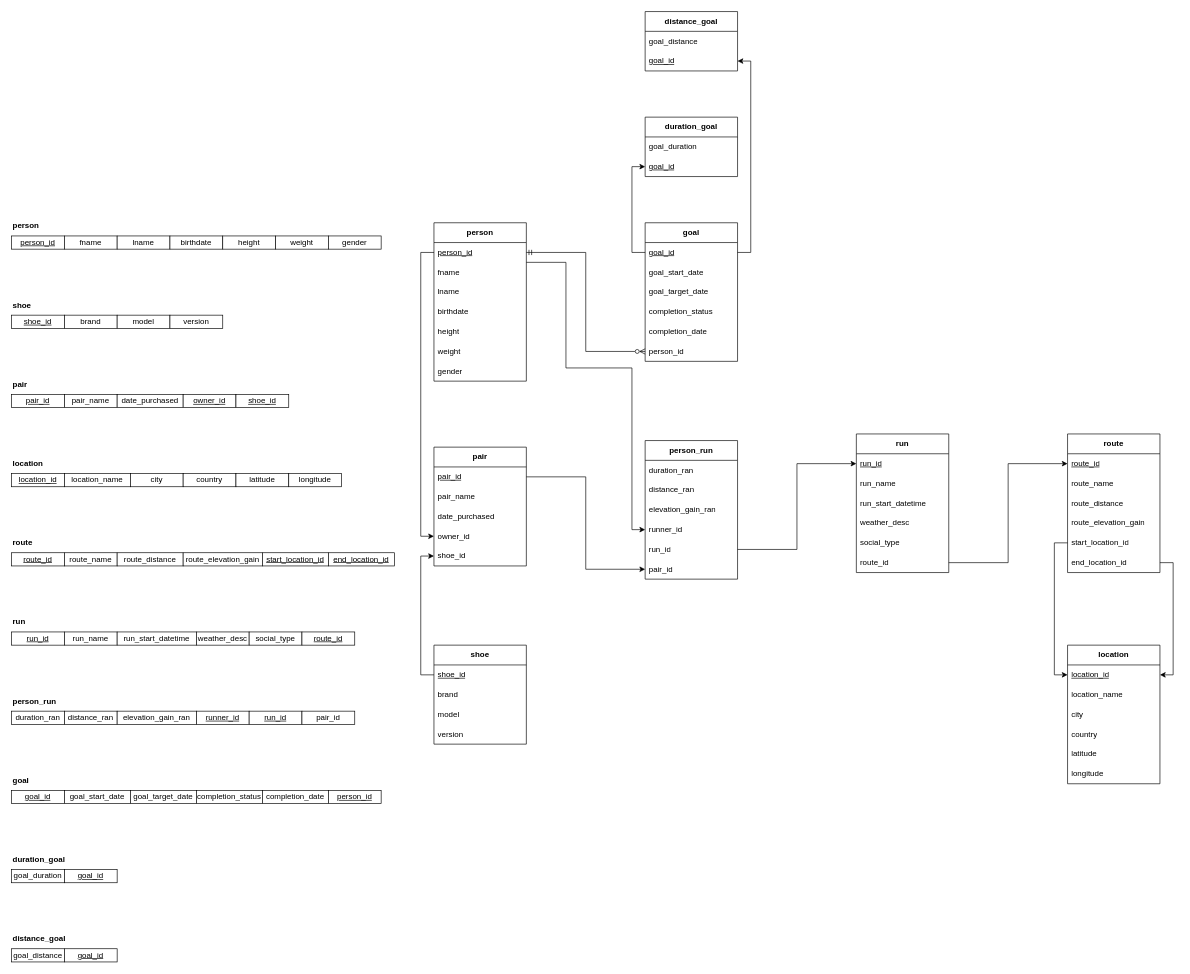
Earlier version of the draw.io diagram conceptual-schema/relational-data-model.drawio (wongd1532/MyRunLogger). Source tidied: cells renumbered, new cells numbered last; positions are measured from the earlier drawing's top-left corner, leaving out a move shared by most shapes. Both pictures are drawn from the tidied source at 66%, with x=0, y=0 at pixel (11, 11).
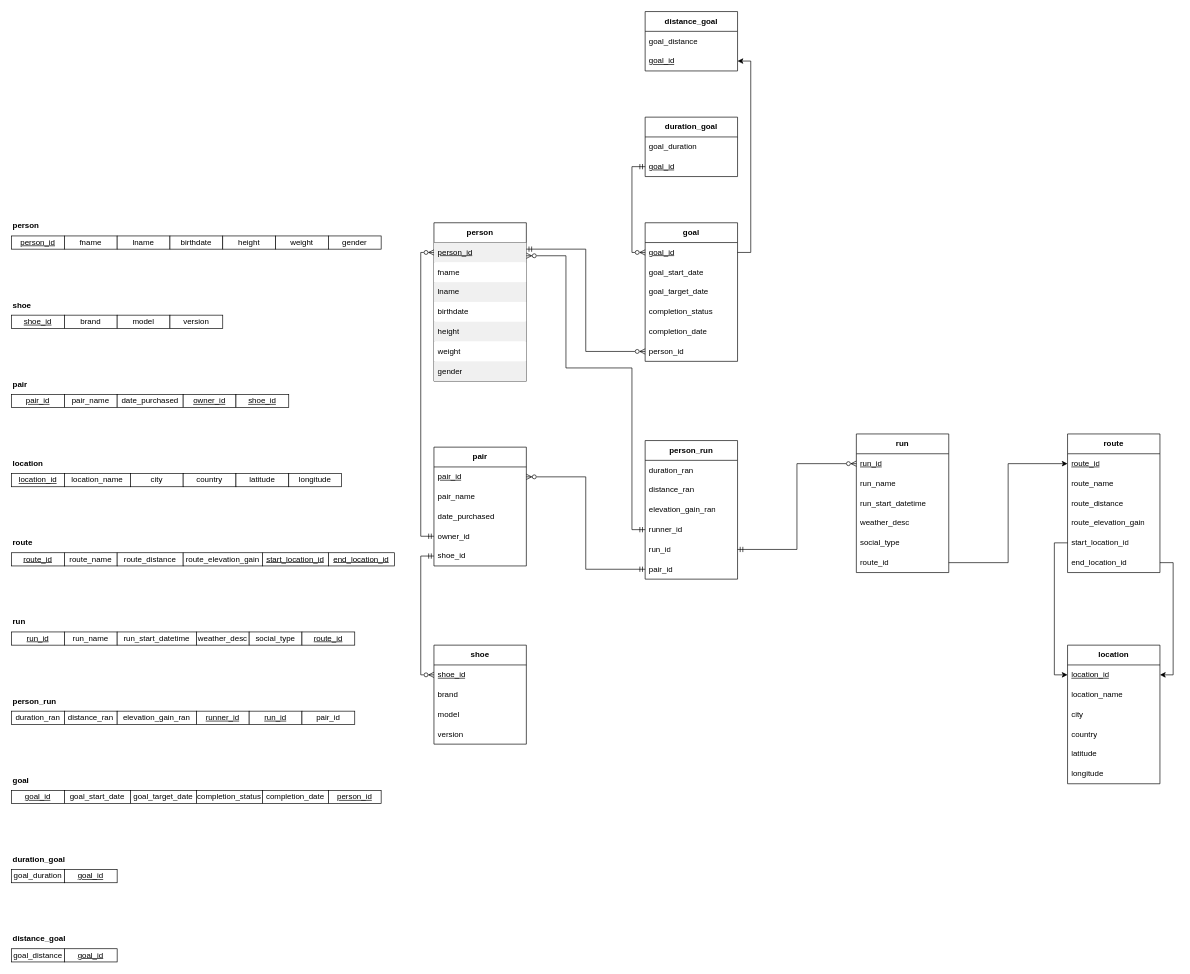
After the change.

Commit message:
relational data model progression

The change refers to these unchanged cells:
```xml
<mxCell id="62" value="&lt;b&gt;person&lt;/b&gt;" style="swimlane;fontStyle=0;horizontal=1;startSize=30;whiteSpace=wrap;html=1;" parent="1" vertex="1">
  <mxGeometry x="640" y="320" width="140" height="240" as="geometry" />
</mxCell>
<mxCell id="71" value="shoe_id" style="text;strokeColor=none;fillColor=none;align=left;verticalAlign=middle;spacingLeft=4;spacingRight=4;overflow=hidden;points=[[0,0.5],[1,0.5]];portConstraint=eastwest;whiteSpace=wrap;html=1;fontStyle=4;" parent="70" vertex="1">
  <mxGeometry y="30" width="140" height="30" as="geometry" />
</mxCell>
<mxCell id="76" value="pair_id" style="text;strokeColor=none;fillColor=none;align=left;verticalAlign=middle;spacingLeft=4;spacingRight=4;overflow=hidden;points=[[0,0.5],[1,0.5]];portConstraint=eastwest;whiteSpace=wrap;html=1;fontStyle=4;" parent="75" vertex="1">
  <mxGeometry y="30" width="140" height="30" as="geometry" />
</mxCell>
<mxCell id="79" value="owner_id" style="text;strokeColor=none;fillColor=none;align=left;verticalAlign=middle;spacingLeft=4;spacingRight=4;overflow=hidden;points=[[0,0.5],[1,0.5]];portConstraint=eastwest;whiteSpace=wrap;html=1;" parent="75" vertex="1">
  <mxGeometry y="120" width="140" height="30" as="geometry" />
</mxCell>
<mxCell id="80" value="shoe_id" style="text;strokeColor=none;fillColor=none;align=left;verticalAlign=middle;spacingLeft=4;spacingRight=4;overflow=hidden;points=[[0,0.5],[1,0.5]];portConstraint=eastwest;whiteSpace=wrap;html=1;" parent="75" vertex="1">
  <mxGeometry y="150" width="140" height="30" as="geometry" />
</mxCell>
<mxCell id="96" value="run_id" style="text;strokeColor=none;fillColor=none;align=left;verticalAlign=middle;spacingLeft=4;spacingRight=4;overflow=hidden;points=[[0,0.5],[1,0.5]];portConstraint=eastwest;whiteSpace=wrap;html=1;fontStyle=4;" parent="95" vertex="1">
  <mxGeometry y="30" width="140" height="30" as="geometry" />
</mxCell>
<mxCell id="106" value="runner_id" style="text;strokeColor=none;fillColor=none;align=left;verticalAlign=middle;spacingLeft=4;spacingRight=4;overflow=hidden;points=[[0,0.5],[1,0.5]];portConstraint=eastwest;whiteSpace=wrap;html=1;" parent="102" vertex="1">
  <mxGeometry y="120" width="140" height="30" as="geometry" />
</mxCell>
<mxCell id="107" value="run_id" style="text;strokeColor=none;fillColor=none;align=left;verticalAlign=middle;spacingLeft=4;spacingRight=4;overflow=hidden;points=[[0,0.5],[1,0.5]];portConstraint=eastwest;whiteSpace=wrap;html=1;" parent="102" vertex="1">
  <mxGeometry y="150" width="140" height="30" as="geometry" />
</mxCell>
<mxCell id="108" value="pair_id" style="text;strokeColor=none;fillColor=none;align=left;verticalAlign=middle;spacingLeft=4;spacingRight=4;overflow=hidden;points=[[0,0.5],[1,0.5]];portConstraint=eastwest;whiteSpace=wrap;html=1;" parent="102" vertex="1">
  <mxGeometry y="180" width="140" height="30" as="geometry" />
</mxCell>
<mxCell id="110" value="goal_id" style="text;strokeColor=none;fillColor=none;align=left;verticalAlign=middle;spacingLeft=4;spacingRight=4;overflow=hidden;points=[[0,0.5],[1,0.5]];portConstraint=eastwest;whiteSpace=wrap;html=1;fontStyle=4;" parent="109" vertex="1">
  <mxGeometry y="30" width="140" height="30" as="geometry" />
</mxCell>
<mxCell id="115" value="person_id" style="text;strokeColor=none;fillColor=none;align=left;verticalAlign=middle;spacingLeft=4;spacingRight=4;overflow=hidden;points=[[0,0.5],[1,0.5]];portConstraint=eastwest;whiteSpace=wrap;html=1;" parent="109" vertex="1">
  <mxGeometry y="180" width="140" height="30" as="geometry" />
</mxCell>
<mxCell id="118" value="goal_id" style="text;strokeColor=none;fillColor=none;align=left;verticalAlign=middle;spacingLeft=4;spacingRight=4;overflow=hidden;points=[[0,0.5],[1,0.5]];portConstraint=eastwest;whiteSpace=wrap;html=1;fontStyle=4;" parent="116" vertex="1">
  <mxGeometry y="60" width="140" height="30" as="geometry" />
</mxCell>
```

Change to the diagram source:
```diff
@@
-    <mxCell id="63" value="person_id" style="text;strokeColor=none;fillColor=none;align=left;verticalAlign=middle;spacingLeft=4;spacingRight=4;overflow=hidden;points=[[0,0.5],[1,0.5]];portConstraint=eastwest;whiteSpace=wrap;html=1;fontStyle=4;" parent="62" vertex="1">
+    <mxCell id="63" value="person_id" style="text;strokeColor=none;fillColor=#f0f0f0;align=left;verticalAlign=middle;spacingLeft=4;spacingRight=4;overflow=hidden;points=[[0,0.5],[1,0.5]];portConstraint=eastwest;whiteSpace=wrap;html=1;fontStyle=4;fillStyle=auto;" parent="62" vertex="1">
       <mxGeometry y="30" width="140" height="30" as="geometry" />
     </mxCell>
-    <mxCell id="64" value="fname" style="text;strokeColor=none;fillColor=none;align=left;verticalAlign=middle;spacingLeft=4;spacingRight=4;overflow=hidden;whiteSpace=wrap;html=1;" parent="62" vertex="1">
+    <mxCell id="64" value="fname" style="text;align=left;verticalAlign=middle;spacingLeft=4;spacingRight=4;overflow=hidden;whiteSpace=wrap;html=1;fillColor=#FFFFFF;" parent="62" vertex="1">
       <mxGeometry y="60" width="140" height="30" as="geometry" />
     </mxCell>
-    <mxCell id="65" value="lname" style="text;strokeColor=none;fillColor=none;align=left;verticalAlign=middle;spacingLeft=4;spacingRight=4;overflow=hidden;whiteSpace=wrap;html=1;" parent="62" vertex="1">
+    <mxCell id="65" value="lname" style="text;strokeColor=none;fillColor=#f0f0f0;align=left;verticalAlign=middle;spacingLeft=4;spacingRight=4;overflow=hidden;whiteSpace=wrap;html=1;" parent="62" vertex="1">
       <mxGeometry y="90" width="140" height="30" as="geometry" />
     </mxCell>
-    <mxCell id="66" value="birthdate" style="text;strokeColor=none;fillColor=none;align=left;verticalAlign=middle;spacingLeft=4;spacingRight=4;overflow=hidden;whiteSpace=wrap;html=1;" parent="62" vertex="1">
+    <mxCell id="66" value="birthdate" style="text;align=left;verticalAlign=middle;spacingLeft=4;spacingRight=4;overflow=hidden;whiteSpace=wrap;html=1;fillColor=#FFFFFF;" parent="62" vertex="1">
       <mxGeometry y="120" width="140" height="30" as="geometry" />
     </mxCell>
-    <mxCell id="67" value="height" style="text;strokeColor=none;fillColor=none;align=left;verticalAlign=middle;spacingLeft=4;spacingRight=4;overflow=hidden;whiteSpace=wrap;html=1;" parent="62" vertex="1">
+    <mxCell id="67" value="height" style="text;strokeColor=none;fillColor=#f0f0f0;align=left;verticalAlign=middle;spacingLeft=4;spacingRight=4;overflow=hidden;whiteSpace=wrap;html=1;" parent="62" vertex="1">
       <mxGeometry y="150" width="140" height="30" as="geometry" />
     </mxCell>
-    <mxCell id="68" value="weight" style="text;strokeColor=none;fillColor=none;align=left;verticalAlign=middle;spacingLeft=4;spacingRight=4;overflow=hidden;whiteSpace=wrap;html=1;" parent="62" vertex="1">
+    <mxCell id="68" value="weight" style="text;align=left;verticalAlign=middle;spacingLeft=4;spacingRight=4;overflow=hidden;whiteSpace=wrap;html=1;fillColor=#FFFFFF;" parent="62" vertex="1">
       <mxGeometry y="180" width="140" height="30" as="geometry" />
     </mxCell>
-    <mxCell id="69" value="gender" style="text;strokeColor=none;fillColor=none;align=left;verticalAlign=middle;spacingLeft=4;spacingRight=4;overflow=hidden;whiteSpace=wrap;html=1;" parent="62" vertex="1">
+    <mxCell id="69" value="gender" style="text;strokeColor=none;fillColor=#f0f0f0;align=left;verticalAlign=middle;spacingLeft=4;spacingRight=4;overflow=hidden;whiteSpace=wrap;html=1;" parent="62" vertex="1">
       <mxGeometry y="210" width="140" height="30" as="geometry" />
     </mxCell>
@@
     <mxCell id="122" style="edgeStyle=orthogonalEdgeStyle;rounded=0;jettySize=auto;html=1;entryX=0;entryY=0.5;entryDx=0;entryDy=0;endArrow=ERzeroToMany;endFill=0;startArrow=ERmandOne;startFill=0;" parent="1" edge="1" source="63" target="115">
-      <mxGeometry relative="1" as="geometry" />
+      <mxGeometry relative="1" as="geometry">
+        <Array as="points">
+          <mxPoint x="870" y="360" />
+          <mxPoint x="870" y="515" />
+        </Array>
+      </mxGeometry>
     </mxCell>
-    <mxCell id="123" style="edgeStyle=orthogonalEdgeStyle;rounded=0;jettySize=auto;html=1;" parent="1" edge="1" source="76" target="108">
+    <mxCell id="123" style="edgeStyle=orthogonalEdgeStyle;rounded=0;jettySize=auto;html=1;startArrow=ERzeroToMany;startFill=0;endArrow=ERmandOne;endFill=0;" parent="1" edge="1" source="76" target="108">
       <mxGeometry relative="1" as="geometry" />
     </mxCell>
-    <mxCell id="124" style="edgeStyle=orthogonalEdgeStyle;rounded=0;jettySize=auto;html=1;" parent="1" edge="1" source="107" target="96">
+    <mxCell id="124" style="edgeStyle=orthogonalEdgeStyle;rounded=0;jettySize=auto;html=1;startArrow=ERmandOne;startFill=0;endArrow=ERzeroToMany;endFill=0;" parent="1" edge="1" source="107" target="96">
       <mxGeometry relative="1" as="geometry" />
     </mxCell>
@@
-    <mxCell id="128" style="edgeStyle=orthogonalEdgeStyle;rounded=0;jettySize=auto;html=1;entryX=0;entryY=0.5;entryDx=0;entryDy=0;" parent="1" edge="1" source="110" target="118">
+    <mxCell id="128" style="edgeStyle=orthogonalEdgeStyle;rounded=0;jettySize=auto;html=1;entryX=0;entryY=0.5;entryDx=0;entryDy=0;startArrow=ERzeroToMany;startFill=0;endArrow=ERmandOne;endFill=0;" parent="1" edge="1" source="110" target="118">
       <mxGeometry relative="1" as="geometry" />
     </mxCell>
@@
-    <mxCell id="130" style="edgeStyle=orthogonalEdgeStyle;rounded=0;jettySize=auto;html=1;entryX=0;entryY=0.5;entryDx=0;entryDy=0;" parent="1" edge="1" source="71" target="80">
+    <mxCell id="130" style="edgeStyle=orthogonalEdgeStyle;rounded=0;jettySize=auto;html=1;entryX=0;entryY=0.5;entryDx=0;entryDy=0;startArrow=ERzeroToMany;startFill=0;endArrow=ERmandOne;endFill=0;" parent="1" edge="1" source="71" target="80">
       <mxGeometry relative="1" as="geometry" />
     </mxCell>
-    <mxCell id="131" style="edgeStyle=orthogonalEdgeStyle;rounded=0;jettySize=auto;html=1;entryX=0;entryY=0.5;entryDx=0;entryDy=0;" parent="1" edge="1" source="63" target="79">
+    <mxCell id="131" style="edgeStyle=orthogonalEdgeStyle;rounded=0;jettySize=auto;html=1;entryX=0;entryY=0.5;entryDx=0;entryDy=0;startArrow=ERzeroToMany;startFill=0;endArrow=ERmandOne;endFill=0;" parent="1" edge="1" source="63" target="79">
       <mxGeometry relative="1" as="geometry" />
     </mxCell>
-    <mxCell id="132" style="edgeStyle=orthogonalEdgeStyle;rounded=0;jettySize=auto;html=1;entryX=0;entryY=0.5;entryDx=0;entryDy=0;" parent="1" edge="1" source="63" target="106">
+    <mxCell id="132" style="edgeStyle=orthogonalEdgeStyle;rounded=0;jettySize=auto;html=1;entryX=0;entryY=0.5;entryDx=0;entryDy=0;startArrow=ERzeroToMany;startFill=0;endArrow=ERmandOne;endFill=0;" parent="1" edge="1" source="63" target="106">
       <mxGeometry relative="1" as="geometry">
         <Array as="points">
-          <mxPoint x="840" y="380" />
+          <mxPoint x="840" y="370" />
           <mxPoint x="840" y="540" />
           <mxPoint x="940" y="540" />
           <mxPoint x="940" y="785" />
         </Array>
       </mxGeometry>
     </mxCell>
```
